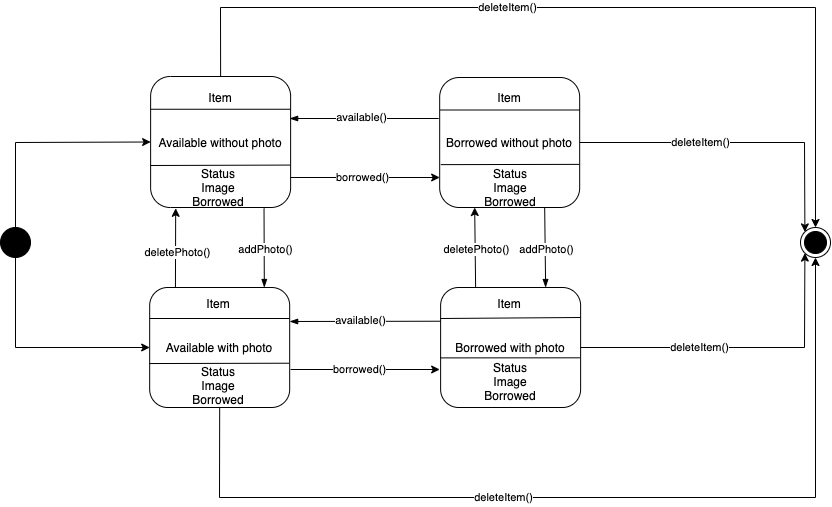
Before: UML Examples/BorrowAppItems State Diagram.png, a diagram exported from draw.io (smitbmx/Architecture-Diagrams). Source tidied: cells renumbered, new cells last; positions are measured from the earlier drawing's top-left corner, leaving out a move shared by most shapes.
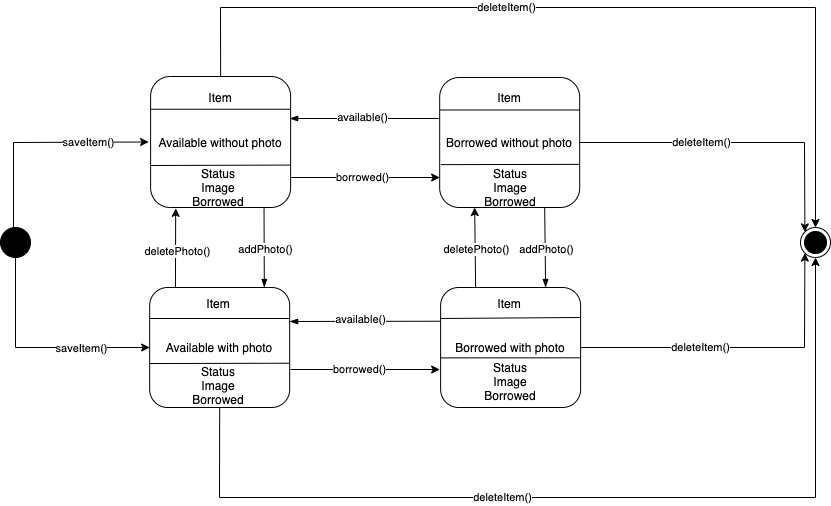
The same file after the commit.

Diff of the diagram source:
```diff
@@ -91,10 +91,12 @@
     <mxCell id="23" style="ellipse;html=1;shape=endState;fillColor=#000000;strokeColor=#000000;" parent="1" vertex="1">
       <mxGeometry x="800" y="220" width="30" height="30" as="geometry" />
     </mxCell>
-    <mxCell id="24" style="endArrow=classic;html=1;entryX=0;entryY=0.5;entryDx=0;entryDy=0;exitX=0.5;exitY=0;exitDx=0;exitDy=0;rounded=0;" parent="1" edge="1" source="10" target="2">
-      <mxGeometry relative="1" as="geometry">
+    <mxCell id="24" value="saveItem()" style="endArrow=classic;html=1;entryX=0;entryY=0.5;entryDx=0;entryDy=0;exitX=0.5;exitY=0;exitDx=0;exitDy=0;rounded=0;" parent="1" edge="1">
+      <mxGeometry x="0.45" relative="1" as="geometry">
+        <mxPoint x="13" y="220" as="sourcePoint" />
+        <mxPoint x="148.1" y="134.5" as="targetPoint" />
         <Array as="points">
-          <mxPoint x="15" y="135" />
+          <mxPoint x="13" y="135" />
         </Array>
       </mxGeometry>
     </mxCell>
@@ -105,6 +107,9 @@
         </Array>
       </mxGeometry>
     </mxCell>
+    <mxCell id="50" value="saveItem()" style="edgeLabel;html=1;align=center;verticalAlign=middle;" parent="25" vertex="1">
+      <mxGeometry x="0.38" relative="1" as="geometry" />
+    </mxCell>
     <mxCell id="26" style="endArrow=classic;html=1;entryX=0;entryY=1;entryDx=0;entryDy=0;exitX=1;exitY=0.5;exitDx=0;exitDy=0;rounded=0;" parent="1" edge="1" source="11" target="23">
       <mxGeometry relative="1" as="geometry">
         <Array as="points">
```
